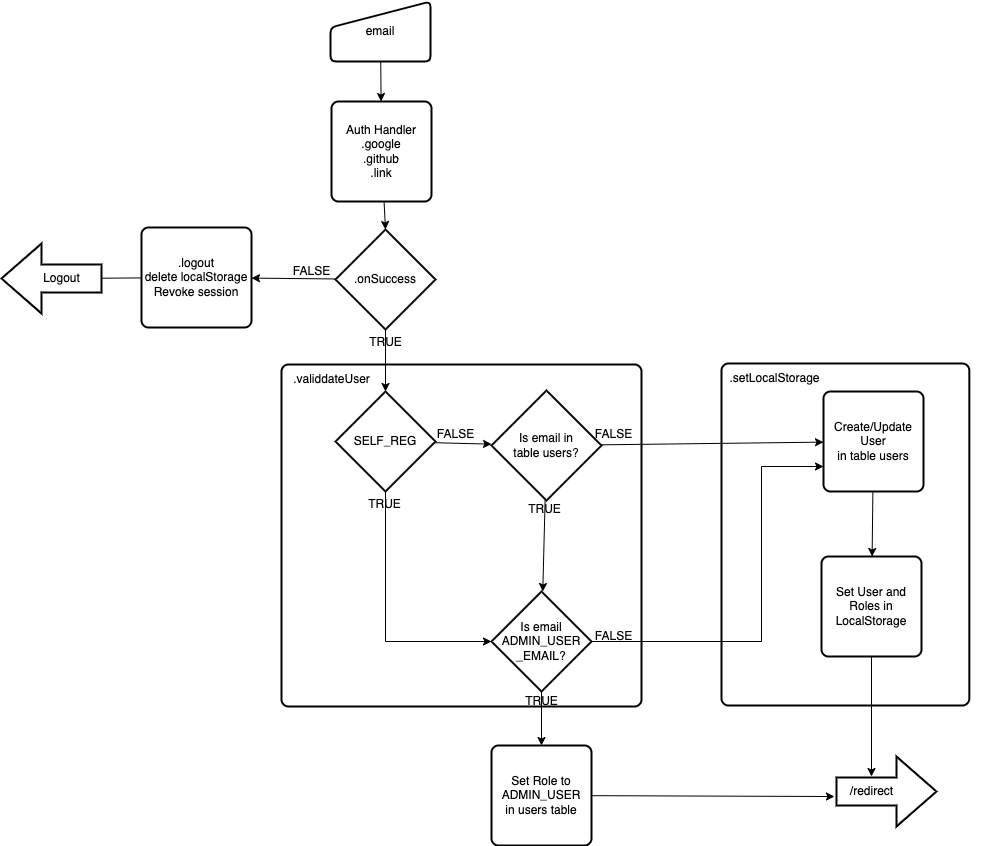
ctdh/sst-sveltekit-starter keeps this draw.io diagram as assets/Auth Flows-Auth Process Flow.drawio.png. Above is the earlier version. Source tidied: cells renumbered, new cells last; positions are measured from the earlier drawing's top-left corner, leaving out a move shared by most shapes. Its diagram source:
```xml
<mxGraphModel>
  <root>
    <mxCell id="0" />
    <mxCell id="1" parent="0" />
    <mxCell id="2" style="group;" parent="1" vertex="1">
      <mxGeometry x="717.8" y="362" width="272.2" height="342" as="geometry" />
    </mxCell>
    <mxCell id="3" style="rounded=1;whiteSpace=wrap;html=1;absoluteArcSize=1;arcSize=14;strokeWidth=2;" parent="2" vertex="1">
      <mxGeometry x="2.2" width="247.8" height="342" as="geometry" />
    </mxCell>
    <mxCell id="4" value=".setLocalStorage" style="text;html=1;align=center;verticalAlign=middle;strokeColor=none;fillColor=none;" parent="2" vertex="1">
      <mxGeometry width="110" height="30" as="geometry" />
    </mxCell>
    <mxCell id="5" style="group;" parent="1" vertex="1">
      <mxGeometry x="280" y="363" width="360" height="342" as="geometry" />
    </mxCell>
    <mxCell id="6" style="rounded=1;whiteSpace=wrap;html=1;absoluteArcSize=1;arcSize=14;strokeWidth=2;" parent="5" vertex="1">
      <mxGeometry width="360" height="342" as="geometry" />
    </mxCell>
    <mxCell id="7" value=".validdateUser" style="text;html=1;align=center;verticalAlign=middle;strokeColor=none;fillColor=none;" parent="5" vertex="1">
      <mxGeometry width="100" height="30" as="geometry" />
    </mxCell>
    <mxCell id="8" style="edgeStyle=none;rounded=0;jettySize=auto;html=1;" parent="1" edge="1" source="9" target="11">
      <mxGeometry relative="1" as="geometry" />
    </mxCell>
    <mxCell id="9" value="email" style="html=1;strokeWidth=2;shape=manualInput;whiteSpace=wrap;rounded=1;size=26;arcSize=11;" parent="1" vertex="1">
      <mxGeometry x="329" width="100" height="60" as="geometry" />
    </mxCell>
    <mxCell id="10" style="edgeStyle=none;rounded=0;jettySize=auto;html=1;entryX=0.5;entryY=0;entryDx=0;entryDy=0;entryPerimeter=0;" parent="1" edge="1" source="11" target="14">
      <mxGeometry relative="1" as="geometry" />
    </mxCell>
    <mxCell id="11" value="Auth Handler&lt;br&gt;.google&lt;br&gt;.github&lt;br&gt;.link" style="rounded=1;whiteSpace=wrap;html=1;absoluteArcSize=1;arcSize=14;strokeWidth=2;" parent="1" vertex="1">
      <mxGeometry x="330" y="100" width="100" height="100" as="geometry" />
    </mxCell>
    <mxCell id="12" style="edgeStyle=none;rounded=0;jettySize=auto;html=1;" parent="1" edge="1" source="45" target="41">
      <mxGeometry relative="1" as="geometry" />
    </mxCell>
    <mxCell id="13" style="edgeStyle=none;rounded=0;jettySize=auto;html=1;" parent="1" edge="1" source="14" target="16">
      <mxGeometry relative="1" as="geometry" />
    </mxCell>
    <mxCell id="14" value=".onSuccess" style="strokeWidth=2;html=1;shape=mxgraph.flowchart.decision;whiteSpace=wrap;" parent="1" vertex="1">
      <mxGeometry x="334" y="228" width="100" height="100" as="geometry" />
    </mxCell>
    <mxCell id="15" style="edgeStyle=none;rounded=0;jettySize=auto;html=1;" parent="1" edge="1" source="16" target="27">
      <mxGeometry relative="1" as="geometry" />
    </mxCell>
    <mxCell id="16" value="SELF_REG" style="strokeWidth=2;html=1;shape=mxgraph.flowchart.decision;whiteSpace=wrap;" parent="1" vertex="1">
      <mxGeometry x="334" y="390" width="100" height="100" as="geometry" />
    </mxCell>
    <mxCell id="17" value="TRUE" style="text;html=1;align=center;verticalAlign=middle;strokeColor=none;fillColor=none;" parent="1" vertex="1">
      <mxGeometry x="354" y="326" width="60" height="30" as="geometry" />
    </mxCell>
    <mxCell id="18" value="TRUE" style="text;html=1;align=center;verticalAlign=middle;strokeColor=none;fillColor=none;" parent="1" vertex="1">
      <mxGeometry x="510" y="685" width="60" height="30" as="geometry" />
    </mxCell>
    <mxCell id="19" value="FALSE" style="text;html=1;align=center;verticalAlign=middle;strokeColor=none;fillColor=none;" parent="1" vertex="1">
      <mxGeometry x="280" y="255" width="60" height="30" as="geometry" />
    </mxCell>
    <mxCell id="20" value="FALSE" style="text;html=1;align=center;verticalAlign=middle;strokeColor=none;fillColor=none;" parent="1" vertex="1">
      <mxGeometry x="582" y="620" width="60" height="30" as="geometry" />
    </mxCell>
    <mxCell id="21" style="edgeStyle=none;rounded=0;jettySize=auto;html=1;entryX=0;entryY=0.75;entryDx=0;entryDy=0;" parent="1" edge="1" source="23" target="32">
      <mxGeometry relative="1" as="geometry">
        <Array as="points">
          <mxPoint x="760" y="640" />
          <mxPoint x="760" y="465" />
        </Array>
      </mxGeometry>
    </mxCell>
    <mxCell id="22" style="edgeStyle=none;rounded=0;jettySize=auto;html=1;" parent="1" edge="1" source="23" target="24">
      <mxGeometry relative="1" as="geometry" />
    </mxCell>
    <mxCell id="23" value="Is email&lt;br&gt;ADMIN_USER&lt;br&gt;_EMAIL?" style="strokeWidth=2;html=1;shape=mxgraph.flowchart.decision;whiteSpace=wrap;" parent="1" vertex="1">
      <mxGeometry x="490" y="590" width="100" height="100" as="geometry" />
    </mxCell>
    <mxCell id="24" value="Set Role to&lt;br&gt;ADMIN_USER&lt;br&gt;in users table" style="rounded=1;whiteSpace=wrap;html=1;absoluteArcSize=1;arcSize=14;strokeWidth=2;" parent="1" vertex="1">
      <mxGeometry x="490" y="744" width="100" height="100" as="geometry" />
    </mxCell>
    <mxCell id="25" style="edgeStyle=none;rounded=0;jettySize=auto;html=1;" parent="1" edge="1" source="27" target="23">
      <mxGeometry relative="1" as="geometry" />
    </mxCell>
    <mxCell id="26" style="edgeStyle=none;rounded=0;jettySize=auto;html=1;" parent="1" edge="1" source="27" target="32">
      <mxGeometry relative="1" as="geometry" />
    </mxCell>
    <mxCell id="27" value="Is email in&lt;br&gt;table users?" style="strokeWidth=2;html=1;shape=mxgraph.flowchart.decision;whiteSpace=wrap;" parent="1" vertex="1">
      <mxGeometry x="490" y="389" width="110" height="110" as="geometry" />
    </mxCell>
    <mxCell id="28" style="edgeStyle=none;rounded=0;jettySize=auto;html=1;entryX=0;entryY=0.5;entryDx=0;entryDy=0;entryPerimeter=0;exitX=0.5;exitY=1;exitDx=0;exitDy=0;exitPerimeter=0;" parent="1" edge="1" source="16" target="23">
      <mxGeometry relative="1" as="geometry">
        <Array as="points">
          <mxPoint x="384" y="640" />
        </Array>
      </mxGeometry>
    </mxCell>
    <mxCell id="29" value="TRUE" style="text;html=1;align=center;verticalAlign=middle;strokeColor=none;fillColor=none;" parent="1" vertex="1">
      <mxGeometry x="353" y="488" width="60" height="30" as="geometry" />
    </mxCell>
    <mxCell id="30" value="FALSE" style="text;html=1;align=center;verticalAlign=middle;strokeColor=none;fillColor=none;" parent="1" vertex="1">
      <mxGeometry x="424" y="418" width="60" height="30" as="geometry" />
    </mxCell>
    <mxCell id="31" style="edgeStyle=none;rounded=0;jettySize=auto;html=1;" parent="1" edge="1" source="32" target="43">
      <mxGeometry relative="1" as="geometry" />
    </mxCell>
    <mxCell id="32" value="Create/Update User&lt;br&gt;in table users" style="rounded=1;whiteSpace=wrap;html=1;absoluteArcSize=1;arcSize=14;strokeWidth=2;" parent="1" vertex="1">
      <mxGeometry x="822" y="390" width="100" height="100" as="geometry" />
    </mxCell>
    <mxCell id="33" value="TRUE" style="text;html=1;align=center;verticalAlign=middle;strokeColor=none;fillColor=none;" parent="1" vertex="1">
      <mxGeometry x="513" y="493" width="60" height="30" as="geometry" />
    </mxCell>
    <mxCell id="34" value="FALSE" style="text;html=1;align=center;verticalAlign=middle;strokeColor=none;fillColor=none;" parent="1" vertex="1">
      <mxGeometry x="582" y="418" width="60" height="30" as="geometry" />
    </mxCell>
    <mxCell id="35" style="edgeStyle=none;rounded=0;jettySize=auto;html=1;exitX=0.5;exitY=1;exitDx=0;exitDy=0;" parent="1" edge="1" source="43" target="38">
      <mxGeometry relative="1" as="geometry" />
    </mxCell>
    <mxCell id="36" style="group;" parent="1" vertex="1">
      <mxGeometry x="835" y="755" width="100" height="70" as="geometry" />
    </mxCell>
    <mxCell id="37" style="verticalLabelPosition=bottom;verticalAlign=top;html=1;strokeWidth=2;shape=mxgraph.arrows2.arrow;dy=0.6;dx=40;notch=0;" parent="36" vertex="1">
      <mxGeometry width="100" height="70" as="geometry" />
    </mxCell>
    <mxCell id="38" value="/redirect" style="text;html=1;align=center;verticalAlign=middle;points=[];strokeColor=none;fillColor=none;" parent="36" vertex="1">
      <mxGeometry y="20" width="70" height="30" as="geometry" />
    </mxCell>
    <mxCell id="39" style="group;" parent="1" vertex="1">
      <mxGeometry y="242" width="100" height="70" as="geometry" />
    </mxCell>
    <mxCell id="40" style="verticalLabelPosition=bottom;verticalAlign=top;html=1;strokeWidth=2;shape=mxgraph.arrows2.arrow;dy=0.6;dx=40;notch=0;rotation=-180;" parent="39" vertex="1">
      <mxGeometry width="100" height="70" as="geometry" />
    </mxCell>
    <mxCell id="41" value="Logout" style="text;html=1;align=center;verticalAlign=middle;points=[];strokeColor=none;fillColor=none;" parent="39" vertex="1">
      <mxGeometry x="30" y="20" width="60" height="30" as="geometry" />
    </mxCell>
    <mxCell id="42" style="edgeStyle=none;rounded=0;jettySize=auto;html=1;entryX=-0.029;entryY=0.667;entryDx=0;entryDy=0;entryPerimeter=0;" parent="1" edge="1" source="24" target="38">
      <mxGeometry relative="1" as="geometry" />
    </mxCell>
    <mxCell id="43" value="Set User and Roles in&lt;br&gt;LocalStorage" style="rounded=1;whiteSpace=wrap;html=1;absoluteArcSize=1;arcSize=14;strokeWidth=2;" parent="1" vertex="1">
      <mxGeometry x="820" y="555" width="100" height="100" as="geometry" />
    </mxCell>
    <mxCell id="44" style="edgeStyle=none;rounded=0;jettySize=auto;html=1;" parent="1" edge="1" source="14" target="45">
      <mxGeometry relative="1" as="geometry" />
    </mxCell>
    <mxCell id="45" value=".logout&lt;br&gt;delete localStorage&lt;br&gt;Revoke session" style="rounded=1;whiteSpace=wrap;html=1;absoluteArcSize=1;arcSize=14;strokeWidth=2;" parent="1" vertex="1">
      <mxGeometry x="140" y="226" width="110" height="100" as="geometry" />
    </mxCell>
  </root>
</mxGraphModel>
```
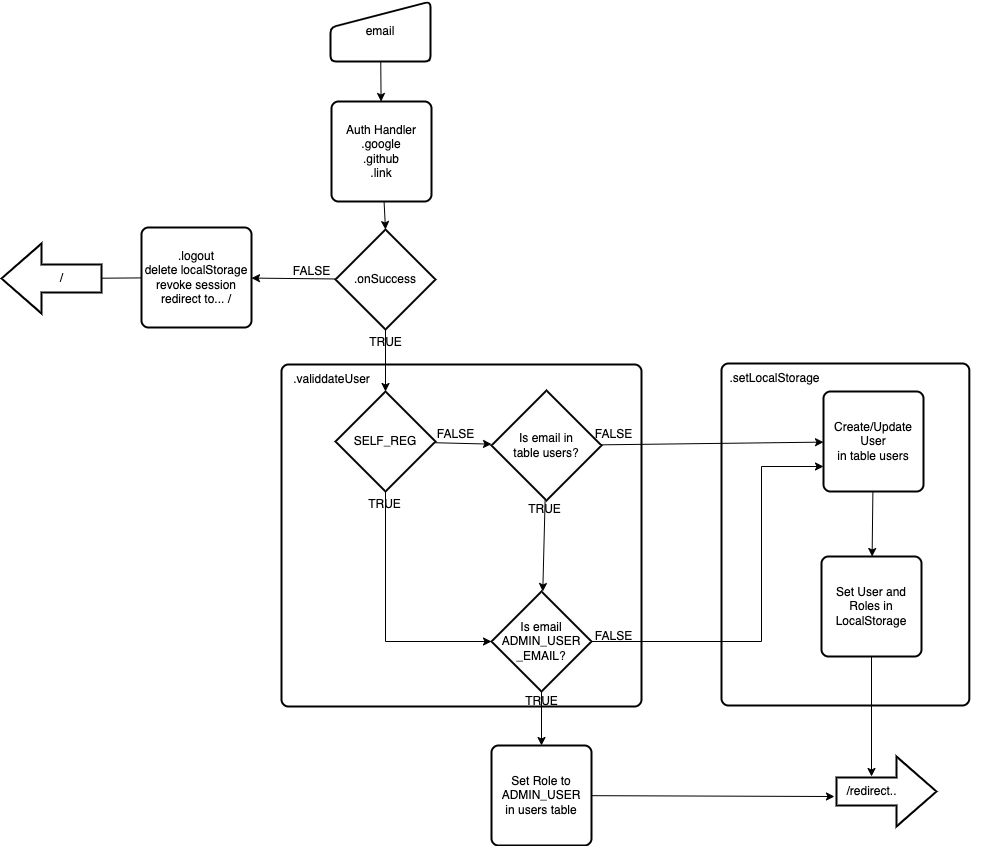
Later version of the same file.

Commit message:
chore: update auth flow

Change to the diagram source:
```diff
@@ -119,7 +119,7 @@
     <mxCell id="37" style="verticalLabelPosition=bottom;verticalAlign=top;html=1;strokeWidth=2;shape=mxgraph.arrows2.arrow;dy=0.6;dx=40;notch=0;" parent="36" vertex="1">
       <mxGeometry width="100" height="70" as="geometry" />
     </mxCell>
-    <mxCell id="38" value="/redirect" style="text;html=1;align=center;verticalAlign=middle;points=[];strokeColor=none;fillColor=none;" parent="36" vertex="1">
+    <mxCell id="38" value="/redirect.." style="text;html=1;align=center;verticalAlign=middle;points=[];strokeColor=none;fillColor=none;" parent="36" vertex="1">
       <mxGeometry y="20" width="70" height="30" as="geometry" />
     </mxCell>
     <mxCell id="39" style="group;" parent="1" vertex="1">
@@ -128,8 +128,8 @@
     <mxCell id="40" style="verticalLabelPosition=bottom;verticalAlign=top;html=1;strokeWidth=2;shape=mxgraph.arrows2.arrow;dy=0.6;dx=40;notch=0;rotation=-180;" parent="39" vertex="1">
       <mxGeometry width="100" height="70" as="geometry" />
     </mxCell>
-    <mxCell id="41" value="Logout" style="text;html=1;align=center;verticalAlign=middle;points=[];strokeColor=none;fillColor=none;" parent="39" vertex="1">
-      <mxGeometry x="30" y="20" width="60" height="30" as="geometry" />
+    <mxCell id="41" value="/" style="text;html=1;align=center;verticalAlign=middle;points=[];strokeColor=none;fillColor=none;" parent="39" vertex="1">
+      <mxGeometry x="45" y="20" width="30" height="30" as="geometry" />
     </mxCell>
     <mxCell id="42" style="edgeStyle=none;rounded=0;jettySize=auto;html=1;entryX=-0.029;entryY=0.667;entryDx=0;entryDy=0;entryPerimeter=0;" parent="1" edge="1" source="24" target="38">
       <mxGeometry relative="1" as="geometry" />
@@ -140,7 +140,7 @@
     <mxCell id="44" style="edgeStyle=none;rounded=0;jettySize=auto;html=1;" parent="1" edge="1" source="14" target="45">
       <mxGeometry relative="1" as="geometry" />
     </mxCell>
-    <mxCell id="45" value=".logout&lt;br&gt;delete localStorage&lt;br&gt;Revoke session" style="rounded=1;whiteSpace=wrap;html=1;absoluteArcSize=1;arcSize=14;strokeWidth=2;" parent="1" vertex="1">
+    <mxCell id="45" value=".logout&lt;br&gt;delete localStorage&lt;br&gt;revoke session&lt;br&gt;redirect to... /" style="rounded=1;whiteSpace=wrap;html=1;absoluteArcSize=1;arcSize=14;strokeWidth=2;" parent="1" vertex="1">
       <mxGeometry x="140" y="226" width="110" height="100" as="geometry" />
     </mxCell>
   </root>
```
